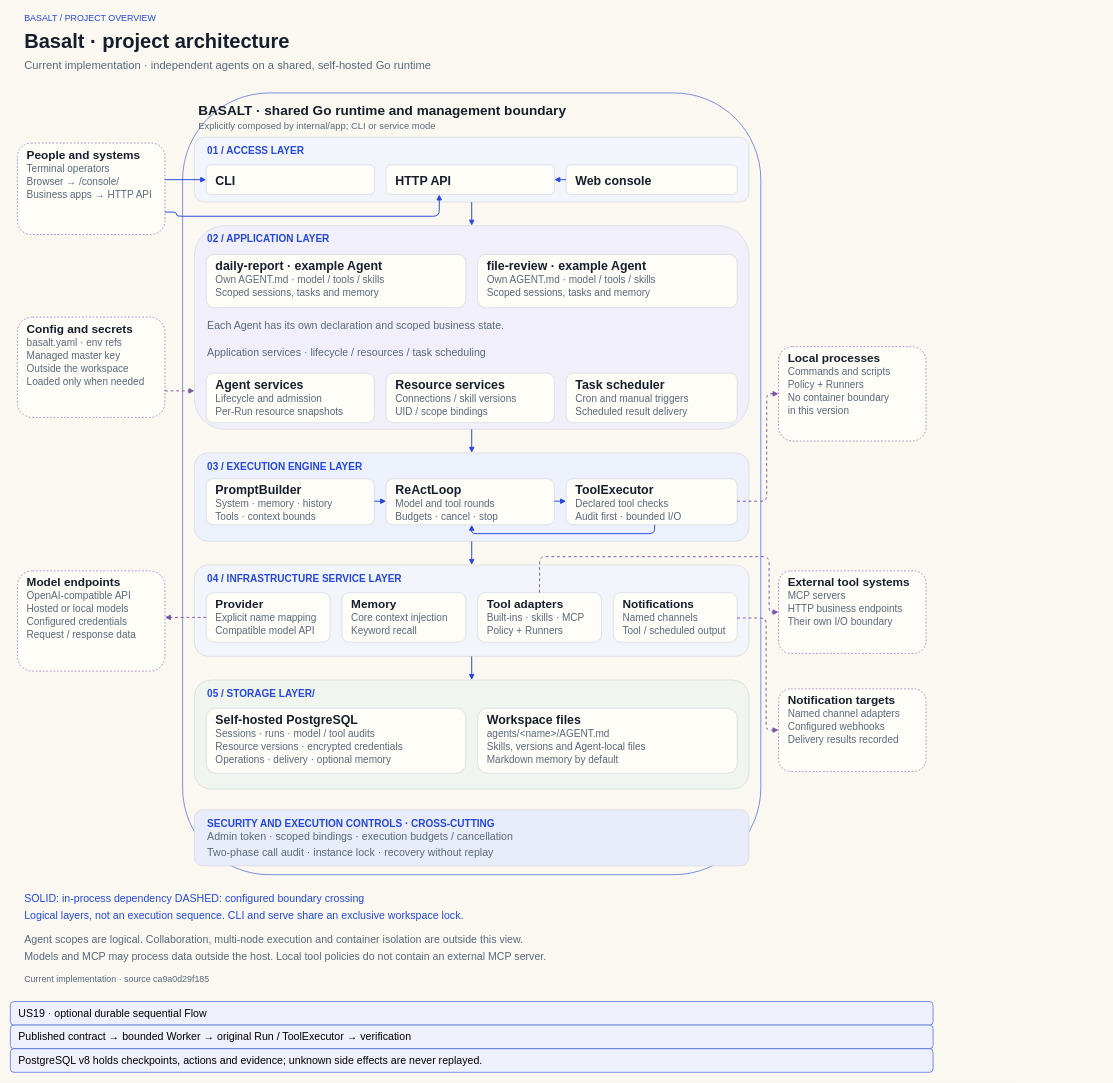
Earlier version of the draw.io diagram page "project-overview-en" (1 of 12) of website/diagrams/basalt-diagrams.drawio (ymedword/basalt). Source tidied: cells renumbered, new cells numbered last; positions are measured from the earlier drawing's top-left corner, leaving out a move shared by most shapes. Both pictures are drawn from the tidied source at 59%, with x=0, y=0 at pixel (10, 10).
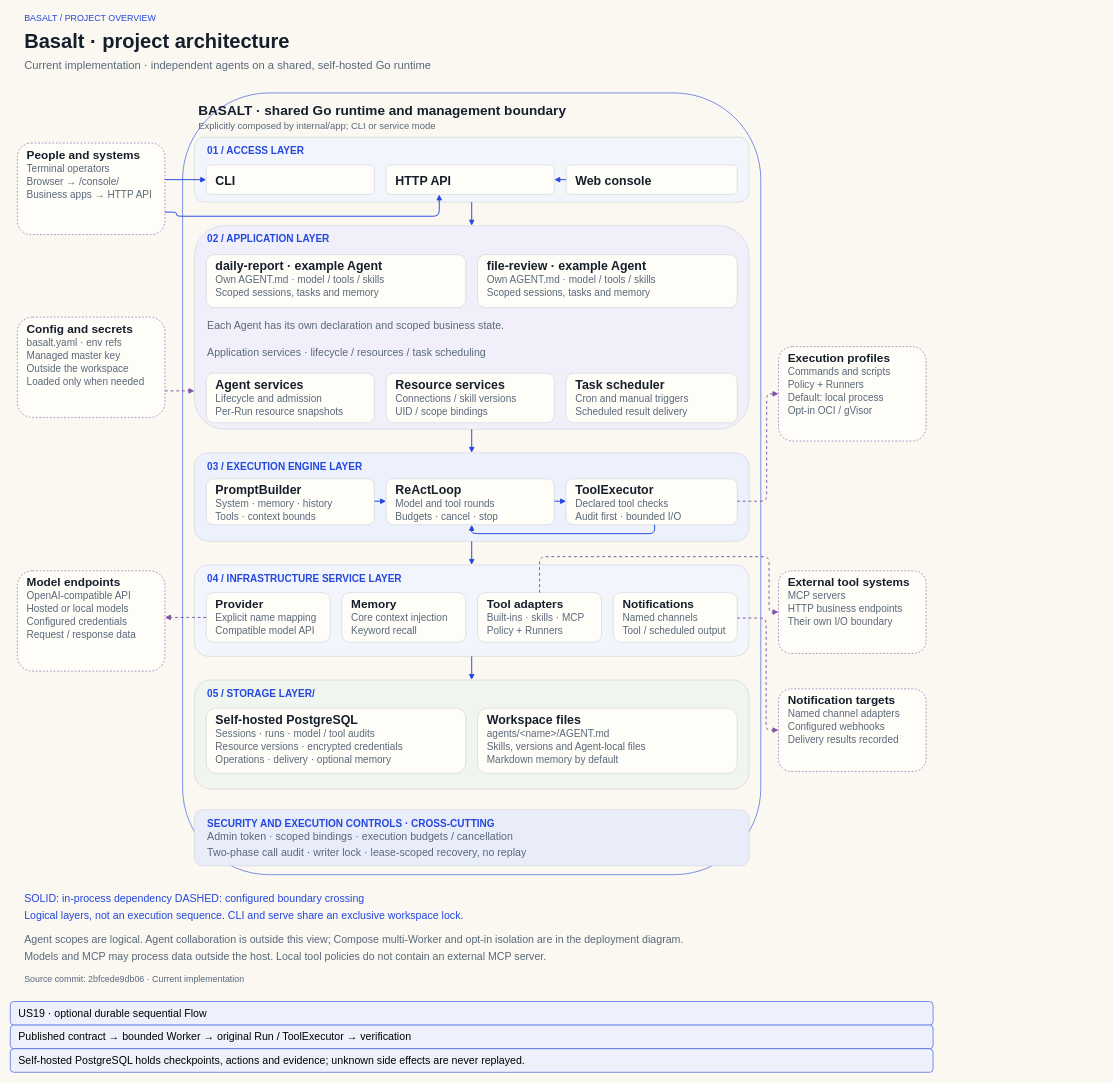
Above is the later version.

Diff of the diagram source:
```diff
@@
-    <mxCell id="102" value="Local processes" style="text;html=0;whiteSpace=wrap;align=left;verticalAlign=middle;fontFamily=Arial;fontSize=20;fontColor=#151e2b;fontStyle=1;" parent="1" vertex="1">
+    <mxCell id="102" value="Execution profiles" style="text;html=0;whiteSpace=wrap;align=left;verticalAlign=middle;fontFamily=Arial;fontSize=20;fontColor=#151e2b;fontStyle=1;" parent="1" vertex="1">
       <mxGeometry x="1316" y="575" width="222" height="28" as="geometry" />
     </mxCell>
@@
-    <mxCell id="105" value="No container boundary" style="text;html=0;whiteSpace=wrap;align=left;verticalAlign=middle;fontFamily=Arial;fontSize=17;fontColor=#59687a;" parent="1" vertex="1">
+    <mxCell id="105" value="Default: local process" style="text;html=0;whiteSpace=wrap;align=left;verticalAlign=middle;fontFamily=Arial;fontSize=17;fontColor=#59687a;" parent="1" vertex="1">
       <mxGeometry x="1316" y="645" width="222" height="25" as="geometry" />
     </mxCell>
-    <mxCell id="106" value="in this version" style="text;html=0;whiteSpace=wrap;align=left;verticalAlign=middle;fontFamily=Arial;fontSize=17;fontColor=#59687a;" parent="1" vertex="1">
+    <mxCell id="106" value="Opt-in OCI / gVisor" style="text;html=0;whiteSpace=wrap;align=left;verticalAlign=middle;fontFamily=Arial;fontSize=17;fontColor=#59687a;" parent="1" vertex="1">
       <mxGeometry x="1316" y="667" width="222" height="25" as="geometry" />
     </mxCell>
@@
-    <mxCell id="135" value="Two-phase call audit · instance lock · recovery without replay" style="text;html=0;whiteSpace=wrap;align=left;verticalAlign=middle;fontFamily=Arial;fontSize=18;fontColor=#59687a;" parent="1" vertex="1">
+    <mxCell id="135" value="Two-phase call audit · writer lock · lease-scoped recovery, no replay" style="text;html=0;whiteSpace=wrap;align=left;verticalAlign=middle;fontFamily=Arial;fontSize=18;fontColor=#59687a;" parent="1" vertex="1">
       <mxGeometry x="332" y="1415" width="1520" height="26" as="geometry" />
     </mxCell>
@@
-    <mxCell id="138" value="Agent scopes are logical. Collaboration, multi-node execution and container isolation are outside this view." style="text;html=0;whiteSpace=wrap;align=left;verticalAlign=middle;fontFamily=Arial;fontSize=18;fontColor=#59687a;" parent="1" vertex="1">
+    <mxCell id="138" value="Agent scopes are logical. Agent collaboration is outside this view; Compose multi-Worker and opt-in isolation are in the deployment diagram." style="text;html=0;whiteSpace=wrap;align=left;verticalAlign=middle;fontFamily=Arial;fontSize=18;fontColor=#59687a;" parent="1" vertex="1">
       <mxGeometry x="22" y="1562" width="1520" height="26" as="geometry" />
     </mxCell>
@@
-    <mxCell id="140" value="Current implementation · source ca9a0d29f185" style="text;html=0;whiteSpace=wrap;align=left;verticalAlign=middle;fontFamily=Arial;fontSize=15;fontColor=#59687a;" parent="1" vertex="1">
+    <mxCell id="140" value="Source commit: 2bfcede9db06 · Current implementation" style="text;html=0;whiteSpace=wrap;align=left;verticalAlign=middle;fontFamily=Arial;fontSize=15;fontColor=#59687a;" parent="1" vertex="1">
       <mxGeometry x="22" y="1630" width="1520" height="23" as="geometry" />
     </mxCell>
@@
-    <mxCell id="143" value="PostgreSQL v8 holds checkpoints, actions and evidence; unknown side effects are never replayed." style="rounded=1;whiteSpace=wrap;html=0;fillColor=#eef1fb;strokeColor=#244bd8;fontSize=18;align=left;spacingLeft=12;" parent="1" vertex="1">
+    <mxCell id="143" value="Self-hosted PostgreSQL holds checkpoints, actions and evidence; unknown side effects are never replayed." style="rounded=1;whiteSpace=wrap;html=0;fillColor=#eef1fb;strokeColor=#244bd8;fontSize=18;align=left;spacingLeft=12;" parent="1" vertex="1">
       <mxGeometry y="1760" width="1564" height="40" as="geometry" />
     </mxCell>
```
